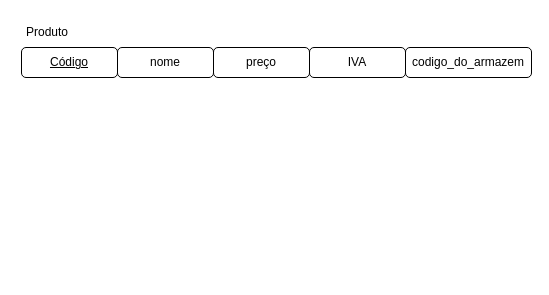
Earlier version of the draw.io diagram Esquema3_21.drawio (rtavares018/BD). Source tidied: cells renumbered, new cells numbered last; positions are measured from the earlier drawing's top-left corner, leaving out a move shared by most shapes. Both pictures are drawn from the tidied source at 100%, with x=0, y=0 at pixel (17, 17).
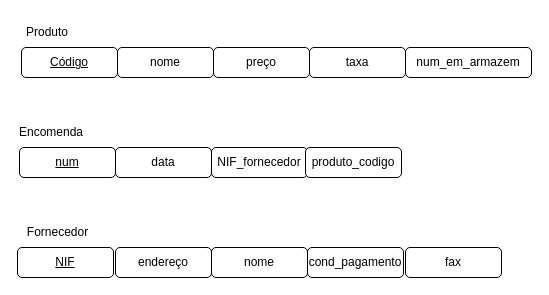
The same diagram, later.

Change to the diagram source:
```diff
@@
 <mxGraphModel>
   <root>
     <mxCell id="0" />
     <mxCell id="1" parent="0" />
     <mxCell id="2" value="nome" style="rounded=1;whiteSpace=wrap;html=1;" parent="1" vertex="1">
       <mxGeometry x="100" y="30" width="96" height="30" as="geometry" />
     </mxCell>
     <mxCell id="3" value="preço" style="rounded=1;whiteSpace=wrap;html=1;" parent="1" vertex="1">
       <mxGeometry x="196" y="30" width="96" height="30" as="geometry" />
     </mxCell>
-    <mxCell id="4" value="IVA" style="rounded=1;whiteSpace=wrap;html=1;" parent="1" vertex="1">
+    <mxCell id="4" value="taxa" style="rounded=1;whiteSpace=wrap;html=1;" parent="1" vertex="1">
       <mxGeometry x="292" y="30" width="96" height="30" as="geometry" />
     </mxCell>
     <mxCell id="5" value="&lt;u&gt;Código&lt;/u&gt;" style="rounded=1;whiteSpace=wrap;html=1;" parent="1" vertex="1">
       <mxGeometry x="4" y="30" width="96" height="30" as="geometry" />
     </mxCell>
     <mxCell id="6" value="Produto" style="text;strokeColor=none;align=center;fillColor=none;html=1;verticalAlign=middle;whiteSpace=wrap;rounded=0;" parent="1" vertex="1">
       <mxGeometry width="60" height="30" as="geometry" />
     </mxCell>
-    <mxCell id="7" value="codigo_do_armazem" style="rounded=1;whiteSpace=wrap;html=1;" parent="1" vertex="1">
+    <mxCell id="7" value="num_em_armazem" style="rounded=1;whiteSpace=wrap;html=1;" parent="1" vertex="1">
       <mxGeometry x="388" y="30" width="126" height="30" as="geometry" />
     </mxCell>
+    <mxCell id="8" value="data" style="rounded=1;whiteSpace=wrap;html=1;" parent="1" vertex="1">
+      <mxGeometry x="98" y="130" width="96" height="30" as="geometry" />
+    </mxCell>
+    <mxCell id="9" value="NIF_fornecedor" style="rounded=1;whiteSpace=wrap;html=1;" parent="1" vertex="1">
+      <mxGeometry x="194" y="130" width="96" height="30" as="geometry" />
+    </mxCell>
+    <mxCell id="10" value="&lt;u&gt;num&lt;/u&gt;" style="rounded=1;whiteSpace=wrap;html=1;" parent="1" vertex="1">
+      <mxGeometry x="2" y="130" width="96" height="30" as="geometry" />
+    </mxCell>
+    <mxCell id="11" value="Encomenda" style="text;strokeColor=none;align=center;fillColor=none;html=1;verticalAlign=middle;whiteSpace=wrap;rounded=0;" parent="1" vertex="1">
+      <mxGeometry x="4" y="100" width="60" height="30" as="geometry" />
+    </mxCell>
+    <mxCell id="12" value="produto_codigo" style="rounded=1;whiteSpace=wrap;html=1;" parent="1" vertex="1">
+      <mxGeometry x="288" y="130" width="96" height="30" as="geometry" />
+    </mxCell>
+    <mxCell id="13" value="&lt;u&gt;NIF&lt;/u&gt;" style="rounded=1;whiteSpace=wrap;html=1;" parent="1" vertex="1">
+      <mxGeometry y="230" width="96" height="30" as="geometry" />
+    </mxCell>
+    <mxCell id="14" value="endereço" style="rounded=1;whiteSpace=wrap;html=1;" parent="1" vertex="1">
+      <mxGeometry x="98" y="230" width="96" height="30" as="geometry" />
+    </mxCell>
+    <mxCell id="15" value="Fornecedor" style="text;html=1;align=center;verticalAlign=middle;strokeColor=none;fillColor=none;" parent="1" vertex="1">
+      <mxGeometry y="200" width="80" height="30" as="geometry" />
+    </mxCell>
+    <mxCell id="16" value="nome" style="rounded=1;whiteSpace=wrap;html=1;" parent="1" vertex="1">
+      <mxGeometry x="194" y="230" width="96" height="30" as="geometry" />
+    </mxCell>
+    <mxCell id="17" value="cond_pagamento" style="rounded=1;whiteSpace=wrap;html=1;" parent="1" vertex="1">
+      <mxGeometry x="290" y="230" width="96" height="30" as="geometry" />
+    </mxCell>
+    <mxCell id="18" value="fax" style="rounded=1;whiteSpace=wrap;html=1;" parent="1" vertex="1">
+      <mxGeometry x="388" y="230" width="96" height="30" as="geometry" />
+    </mxCell>
   </root>
 </mxGraphModel>
```
